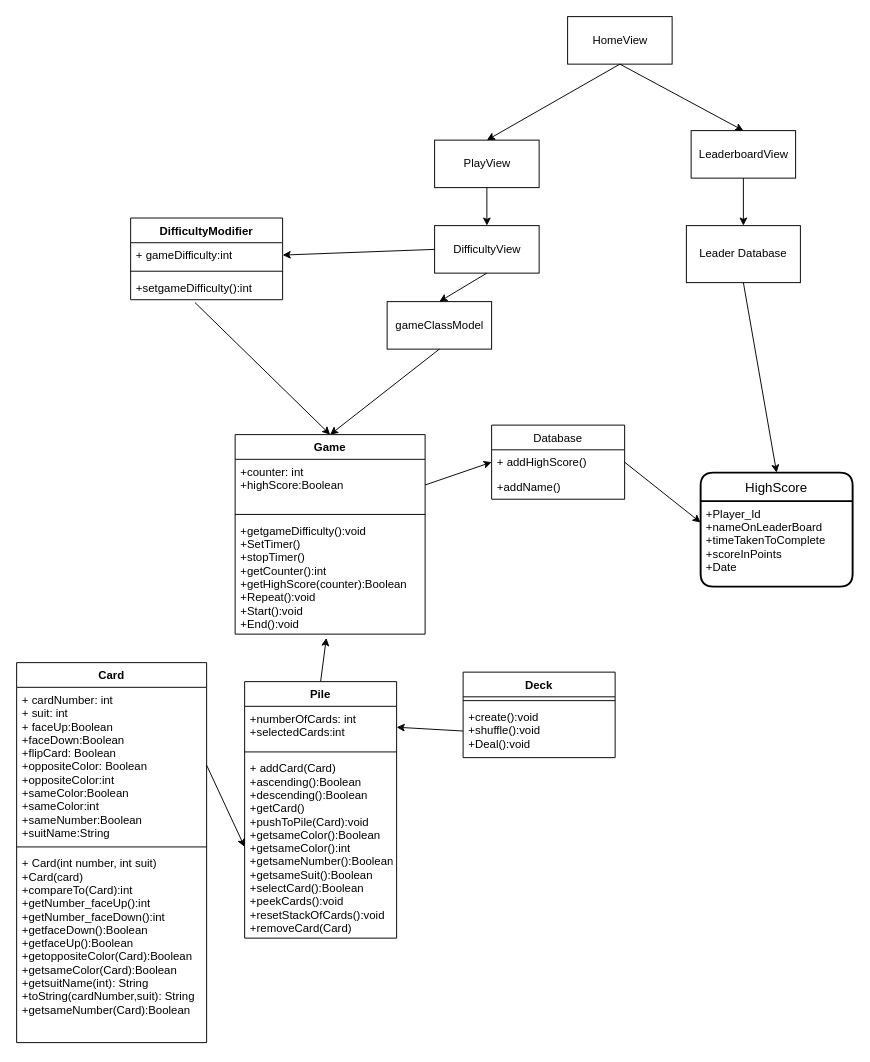
Before: UML for UI.drawio in steveb1250/Devils_Grip_Proposal, a draw.io diagram. Source tidied: cells renumbered, new cells numbered last; positions are measured from the earlier drawing's top-left corner, leaving out a move shared by most shapes. Both pictures are drawn from the tidied source at 95%, with x=0, y=0 at pixel (16, 16).
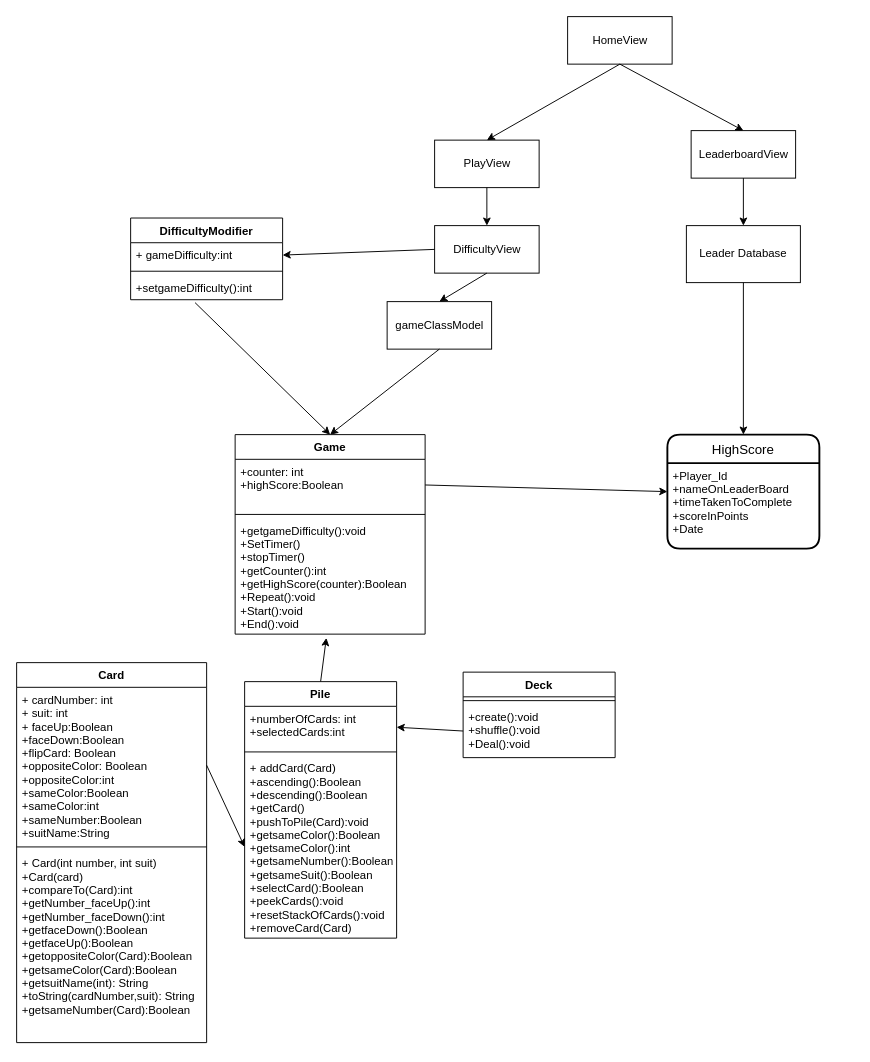
Above is the later version.

Commit message (it also covers changes not shown here):
Final touches for Powerpoint

The change refers to these unchanged cells:
```xml
<mxCell id="19" value="+counter: int&#10;+highScore:Boolean" style="text;strokeColor=none;fillColor=none;align=left;verticalAlign=top;spacingLeft=4;spacingRight=4;overflow=hidden;points=[[0,0.5],[1,0.5]];portConstraint=eastwest;" parent="18" vertex="1">
  <mxGeometry y="26" width="200" height="54" as="geometry" />
</mxCell>
<mxCell id="44" value="+Player_Id&#10;+nameOnLeaderBoard&#10;+timeTakenToComplete&#10;+scoreInPoints&#10;+Date" style="align=left;strokeColor=none;fillColor=none;spacingLeft=4;fontSize=12;verticalAlign=top;" parent="43" vertex="1">
  <mxGeometry y="30" width="160" height="90" as="geometry" />
</mxCell>
```

What changed in the source:
```diff
@@
-    <mxCell id="13" style="endArrow=classic;html=1;entryX=0;entryY=0.5;entryDx=0;entryDy=0;exitX=1;exitY=0.5;exitDx=0;exitDy=0;" parent="1" edge="1" source="19" target="16">
+    <mxCell id="13" style="endArrow=classic;html=1;entryX=0;entryY=0.5;entryDx=0;entryDy=0;exitX=1;exitY=0.5;exitDx=0;exitDy=0;" parent="1" edge="1" source="19" target="43">
       <mxGeometry relative="1" as="geometry" />
     </mxCell>
@@
-    <mxCell id="15" value="Database" style="swimlane;fontStyle=0;horizontal=1;startSize=26;fillColor=none;" parent="1" vertex="1">
-      <mxGeometry x="500" y="430" width="140" height="78" as="geometry" />
-    </mxCell>
-    <mxCell id="16" value="+ addHighScore()" style="text;strokeColor=none;fillColor=none;align=left;verticalAlign=top;spacingLeft=4;spacingRight=4;overflow=hidden;points=[[0,0.5],[1,0.5]];portConstraint=eastwest;" parent="15" vertex="1">
-      <mxGeometry y="26" width="140" height="26" as="geometry" />
-    </mxCell>
-    <mxCell id="17" value="+addName()" style="text;strokeColor=none;fillColor=none;align=left;verticalAlign=top;spacingLeft=4;spacingRight=4;overflow=hidden;" parent="15" vertex="1">
-      <mxGeometry y="52" width="140" height="26" as="geometry" />
-    </mxCell>
@@
     <mxCell id="43" value="HighScore" style="swimlane;horizontal=1;startSize=30;rounded=1;fontSize=14;fontStyle=0;strokeWidth=2;shadow=0;dashed=0;align=center;" parent="1" vertex="1">
-      <mxGeometry x="720" y="480" width="160" height="120" as="geometry" />
+      <mxGeometry x="685" y="440" width="160" height="120" as="geometry" />
     </mxCell>
@@
-    <mxCell id="45" style="endArrow=classic;html=1;exitX=1;exitY=0.5;exitDx=0;exitDy=0;entryX=0;entryY=0.25;entryDx=0;entryDy=0;" parent="1" edge="1" source="16" target="44">
-      <mxGeometry relative="1" as="geometry" />
-    </mxCell>
```
